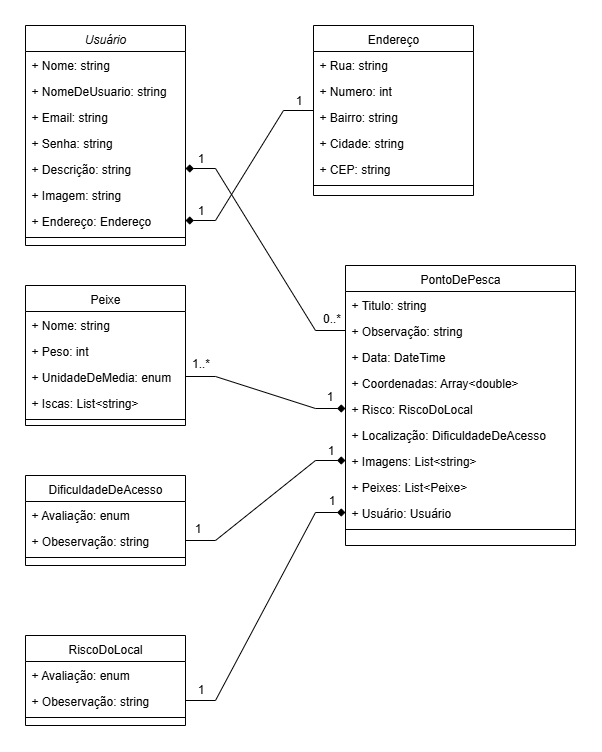
Above: src/dados/figuras/diagrama-de-classe.png in gbramoura/fishspot-doc (draw.io), before the change. Source tidied: cells renumbered, new cells last; positions are measured from the earlier drawing's top-left corner, leaving out a move shared by most shapes. Its diagram source:
```xml
<mxGraphModel>
  <root>
    <mxCell id="0" />
    <mxCell id="1" parent="0" />
    <mxCell id="2" value="Usuário" style="swimlane;fontStyle=2;align=center;verticalAlign=top;horizontal=1;startSize=26;rounded=0;shadow=0;strokeWidth=1;" parent="1" vertex="1">
      <mxGeometry width="160" height="220" as="geometry" />
    </mxCell>
    <mxCell id="3" value="+ Nome: string" style="text;align=left;verticalAlign=top;spacingLeft=4;spacingRight=4;overflow=hidden;rounded=0;shadow=0;html=0;" parent="2" vertex="1">
      <mxGeometry y="26" width="160" height="26" as="geometry" />
    </mxCell>
    <mxCell id="4" value="+ NomeDeUsuario: string" style="text;align=left;verticalAlign=top;spacingLeft=4;spacingRight=4;overflow=hidden;rounded=0;shadow=0;html=0;" parent="2" vertex="1">
      <mxGeometry y="52" width="160" height="26" as="geometry" />
    </mxCell>
    <mxCell id="5" value="+ Email: string" style="text;align=left;verticalAlign=top;spacingLeft=4;spacingRight=4;overflow=hidden;rounded=0;shadow=0;html=0;" parent="2" vertex="1">
      <mxGeometry y="78" width="160" height="26" as="geometry" />
    </mxCell>
    <mxCell id="6" value="+ Senha: string" style="text;align=left;verticalAlign=top;spacingLeft=4;spacingRight=4;overflow=hidden;rounded=0;shadow=0;html=0;" parent="2" vertex="1">
      <mxGeometry y="104" width="160" height="26" as="geometry" />
    </mxCell>
    <mxCell id="7" value="+ Descrição: string" style="text;align=left;verticalAlign=top;spacingLeft=4;spacingRight=4;overflow=hidden;points=[[0,0.5],[1,0.5]];portConstraint=eastwest;rounded=0;shadow=0;html=0;" parent="2" vertex="1">
      <mxGeometry y="130" width="160" height="26" as="geometry" />
    </mxCell>
    <mxCell id="8" value="+ Imagem: string" style="text;align=left;verticalAlign=top;spacingLeft=4;spacingRight=4;overflow=hidden;rounded=0;shadow=0;html=0;" parent="2" vertex="1">
      <mxGeometry y="156" width="160" height="26" as="geometry" />
    </mxCell>
    <mxCell id="9" value="+ Endereço: Endereço" style="text;align=left;verticalAlign=top;spacingLeft=4;spacingRight=4;overflow=hidden;points=[[0,0.5],[1,0.5]];portConstraint=eastwest;rounded=0;shadow=0;html=0;" parent="2" vertex="1">
      <mxGeometry y="182" width="160" height="26" as="geometry" />
    </mxCell>
    <mxCell id="10" style="line;html=1;strokeWidth=1;align=left;verticalAlign=middle;spacingTop=-1;spacingLeft=3;spacingRight=3;labelPosition=right;" parent="2" vertex="1">
      <mxGeometry y="208" width="160" height="8" as="geometry" />
    </mxCell>
    <mxCell id="11" value="Endereço" style="swimlane;fontStyle=0;align=center;verticalAlign=top;horizontal=1;startSize=26;rounded=0;shadow=0;strokeWidth=1;" parent="1" vertex="1">
      <mxGeometry x="288" width="160" height="170" as="geometry" />
    </mxCell>
    <mxCell id="12" value="+ Rua: string" style="text;align=left;verticalAlign=top;spacingLeft=4;spacingRight=4;overflow=hidden;" parent="11" vertex="1">
      <mxGeometry y="26" width="160" height="26" as="geometry" />
    </mxCell>
    <mxCell id="13" value="+ Numero: int" style="text;align=left;verticalAlign=top;spacingLeft=4;spacingRight=4;overflow=hidden;rounded=0;shadow=0;html=0;" parent="11" vertex="1">
      <mxGeometry y="52" width="160" height="26" as="geometry" />
    </mxCell>
    <mxCell id="14" value="+ Bairro: string" style="text;align=left;verticalAlign=top;spacingLeft=4;spacingRight=4;overflow=hidden;rounded=0;shadow=0;html=0;" parent="11" vertex="1">
      <mxGeometry y="78" width="160" height="26" as="geometry" />
    </mxCell>
    <mxCell id="15" value="+ Cidade: string" style="text;align=left;verticalAlign=top;spacingLeft=4;spacingRight=4;overflow=hidden;rounded=0;shadow=0;html=0;" parent="11" vertex="1">
      <mxGeometry y="104" width="160" height="26" as="geometry" />
    </mxCell>
    <mxCell id="16" value="+ CEP: string" style="text;align=left;verticalAlign=top;spacingLeft=4;spacingRight=4;overflow=hidden;rounded=0;shadow=0;html=0;" parent="11" vertex="1">
      <mxGeometry y="130" width="160" height="26" as="geometry" />
    </mxCell>
    <mxCell id="17" style="line;html=1;strokeWidth=1;align=left;verticalAlign=middle;spacingTop=-1;spacingLeft=3;spacingRight=3;labelPosition=right;" parent="11" vertex="1">
      <mxGeometry y="156" width="160" height="8" as="geometry" />
    </mxCell>
    <mxCell id="18" style="edgeStyle=entityRelationEdgeStyle;rounded=0;jettySize=auto;html=1;endArrow=none;startFill=1;startArrow=diamond;" parent="1" edge="1" source="9" target="11">
      <mxGeometry relative="1" as="geometry" />
    </mxCell>
    <mxCell id="19" value="1" style="text;html=1;align=center;verticalAlign=middle;strokeColor=none;fillColor=none;" parent="1" vertex="1">
      <mxGeometry x="160" y="170" width="30" height="30" as="geometry" />
    </mxCell>
    <mxCell id="20" value="1" style="text;html=1;align=center;verticalAlign=middle;strokeColor=none;fillColor=none;" parent="1" vertex="1">
      <mxGeometry x="258" y="60" width="30" height="30" as="geometry" />
    </mxCell>
    <mxCell id="21" value="PontoDePesca" style="swimlane;fontStyle=0;align=center;verticalAlign=top;horizontal=1;startSize=26;rounded=0;shadow=0;strokeWidth=1;" parent="1" vertex="1">
      <mxGeometry x="320" y="240" width="230" height="280" as="geometry" />
    </mxCell>
    <mxCell id="22" value="+ Titulo: string" style="text;align=left;verticalAlign=top;spacingLeft=4;spacingRight=4;overflow=hidden;" parent="21" vertex="1">
      <mxGeometry y="26" width="230" height="26" as="geometry" />
    </mxCell>
    <mxCell id="23" value="+ Observação: string" style="text;align=left;verticalAlign=top;spacingLeft=4;spacingRight=4;overflow=hidden;points=[[0,0.5],[1,0.5]];portConstraint=eastwest;rounded=0;shadow=0;html=0;" parent="21" vertex="1">
      <mxGeometry y="52" width="230" height="26" as="geometry" />
    </mxCell>
    <mxCell id="24" value="+ Data: DateTime" style="text;align=left;verticalAlign=top;spacingLeft=4;spacingRight=4;overflow=hidden;rounded=0;shadow=0;html=0;" parent="21" vertex="1">
      <mxGeometry y="78" width="230" height="26" as="geometry" />
    </mxCell>
    <mxCell id="25" value="+ Coordenadas: Array&lt;double&gt;" style="text;align=left;verticalAlign=top;spacingLeft=4;spacingRight=4;overflow=hidden;rounded=0;shadow=0;html=0;" parent="21" vertex="1">
      <mxGeometry y="104" width="230" height="26" as="geometry" />
    </mxCell>
    <mxCell id="26" value="+ Risco: RiscoDoLocal" style="text;align=left;verticalAlign=top;spacingLeft=4;spacingRight=4;overflow=hidden;points=[[0,0.5],[1,0.5]];portConstraint=eastwest;rounded=0;shadow=0;html=0;" parent="21" vertex="1">
      <mxGeometry y="130" width="230" height="26" as="geometry" />
    </mxCell>
    <mxCell id="27" value="+ Localização: DificuldadeDeAcesso  " style="text;align=left;verticalAlign=top;spacingLeft=4;spacingRight=4;overflow=hidden;rounded=0;shadow=0;html=0;" parent="21" vertex="1">
      <mxGeometry y="156" width="230" height="26" as="geometry" />
    </mxCell>
    <mxCell id="28" value="+ Imagens: List&lt;string&gt;" style="text;align=left;verticalAlign=top;spacingLeft=4;spacingRight=4;overflow=hidden;points=[[0,0.5],[1,0.5]];portConstraint=eastwest;rounded=0;shadow=0;html=0;" parent="21" vertex="1">
      <mxGeometry y="182" width="230" height="26" as="geometry" />
    </mxCell>
    <mxCell id="29" value="+ Peixes: List&lt;Peixe&gt;" style="text;align=left;verticalAlign=top;spacingLeft=4;spacingRight=4;overflow=hidden;rounded=0;shadow=0;html=0;" parent="21" vertex="1">
      <mxGeometry y="208" width="230" height="26" as="geometry" />
    </mxCell>
    <mxCell id="30" value="+ Usuário: Usuário&#10;" style="text;align=left;verticalAlign=top;spacingLeft=4;spacingRight=4;overflow=hidden;points=[[0,0.5],[1,0.5]];portConstraint=eastwest;rounded=0;shadow=0;html=0;" parent="21" vertex="1">
      <mxGeometry y="234" width="230" height="26" as="geometry" />
    </mxCell>
    <mxCell id="31" style="line;html=1;strokeWidth=1;align=left;verticalAlign=middle;spacingTop=-1;spacingLeft=3;spacingRight=3;labelPosition=right;" parent="21" vertex="1">
      <mxGeometry y="260" width="230" height="8" as="geometry" />
    </mxCell>
    <mxCell id="32" style="edgeStyle=entityRelationEdgeStyle;rounded=0;jettySize=auto;html=1;endArrow=diamond;startFill=0;startArrow=none;endFill=1;exitX=0;exitY=0.5;exitDx=0;exitDy=0;" parent="1" edge="1" source="23" target="7">
      <mxGeometry relative="1" as="geometry" />
    </mxCell>
    <mxCell id="33" value="1" style="text;html=1;align=center;verticalAlign=middle;strokeColor=none;fillColor=none;" parent="1" vertex="1">
      <mxGeometry x="160" y="118" width="30" height="30" as="geometry" />
    </mxCell>
    <mxCell id="34" value="0..*" style="text;html=1;align=center;verticalAlign=middle;strokeColor=none;fillColor=none;" parent="1" vertex="1">
      <mxGeometry x="286" y="278" width="40" height="30" as="geometry" />
    </mxCell>
    <mxCell id="35" value="Peixe" style="swimlane;fontStyle=0;align=center;verticalAlign=top;horizontal=1;startSize=26;rounded=0;shadow=0;strokeWidth=1;" parent="1" vertex="1">
      <mxGeometry y="260" width="160" height="140" as="geometry" />
    </mxCell>
    <mxCell id="36" value="+ Nome: string" style="text;align=left;verticalAlign=top;spacingLeft=4;spacingRight=4;overflow=hidden;" parent="35" vertex="1">
      <mxGeometry y="26" width="160" height="26" as="geometry" />
    </mxCell>
    <mxCell id="37" value="+ Peso: int" style="text;align=left;verticalAlign=top;spacingLeft=4;spacingRight=4;overflow=hidden;rounded=0;shadow=0;html=0;" parent="35" vertex="1">
      <mxGeometry y="52" width="160" height="26" as="geometry" />
    </mxCell>
    <mxCell id="38" value="+ UnidadeDeMedia: enum" style="text;align=left;verticalAlign=top;spacingLeft=4;spacingRight=4;overflow=hidden;points=[[0,0.5],[1,0.5]];portConstraint=eastwest;rounded=0;shadow=0;html=0;" parent="35" vertex="1">
      <mxGeometry y="78" width="160" height="26" as="geometry" />
    </mxCell>
    <mxCell id="39" value="+ Iscas: List&lt;string&gt;" style="text;align=left;verticalAlign=top;spacingLeft=4;spacingRight=4;overflow=hidden;rounded=0;shadow=0;html=0;" parent="35" vertex="1">
      <mxGeometry y="104" width="160" height="26" as="geometry" />
    </mxCell>
    <mxCell id="40" style="line;html=1;strokeWidth=1;align=left;verticalAlign=middle;spacingTop=-1;spacingLeft=3;spacingRight=3;labelPosition=right;" parent="35" vertex="1">
      <mxGeometry y="130" width="160" height="8" as="geometry" />
    </mxCell>
    <mxCell id="41" style="edgeStyle=entityRelationEdgeStyle;rounded=0;jettySize=auto;html=1;startArrow=diamond;startFill=1;endArrow=none;" parent="1" edge="1" source="26" target="38">
      <mxGeometry relative="1" as="geometry" />
    </mxCell>
    <mxCell id="42" value="1" style="text;html=1;align=center;verticalAlign=middle;strokeColor=none;fillColor=none;" parent="1" vertex="1">
      <mxGeometry x="289" y="356" width="30" height="30" as="geometry" />
    </mxCell>
    <mxCell id="43" value="1..*" style="text;html=1;align=center;verticalAlign=middle;strokeColor=none;fillColor=none;" parent="1" vertex="1">
      <mxGeometry x="155" y="323" width="40" height="30" as="geometry" />
    </mxCell>
    <mxCell id="44" value="DificuldadeDeAcesso" style="swimlane;fontStyle=0;align=center;verticalAlign=top;horizontal=1;startSize=26;rounded=0;shadow=0;strokeWidth=1;" parent="1" vertex="1">
      <mxGeometry y="450" width="160" height="90" as="geometry" />
    </mxCell>
    <mxCell id="45" value="+ Avaliação: enum" style="text;align=left;verticalAlign=top;spacingLeft=4;spacingRight=4;overflow=hidden;" parent="44" vertex="1">
      <mxGeometry y="26" width="160" height="26" as="geometry" />
    </mxCell>
    <mxCell id="46" value="+ Obeservação: string" style="text;align=left;verticalAlign=top;spacingLeft=4;spacingRight=4;overflow=hidden;points=[[0,0.5],[1,0.5]];portConstraint=eastwest;rounded=0;shadow=0;html=0;" parent="44" vertex="1">
      <mxGeometry y="52" width="160" height="26" as="geometry" />
    </mxCell>
    <mxCell id="47" style="line;html=1;strokeWidth=1;align=left;verticalAlign=middle;spacingTop=-1;spacingLeft=3;spacingRight=3;labelPosition=right;" parent="44" vertex="1">
      <mxGeometry y="78" width="160" height="8" as="geometry" />
    </mxCell>
    <mxCell id="48" value="RiscoDoLocal&#10;" style="swimlane;fontStyle=0;align=center;verticalAlign=top;horizontal=1;startSize=26;rounded=0;shadow=0;strokeWidth=1;" parent="1" vertex="1">
      <mxGeometry y="610" width="160" height="90" as="geometry" />
    </mxCell>
    <mxCell id="49" value="+ Avaliação: enum" style="text;align=left;verticalAlign=top;spacingLeft=4;spacingRight=4;overflow=hidden;" parent="48" vertex="1">
      <mxGeometry y="26" width="160" height="26" as="geometry" />
    </mxCell>
    <mxCell id="50" value="+ Obeservação: string&#10;" style="text;align=left;verticalAlign=top;spacingLeft=4;spacingRight=4;overflow=hidden;points=[[0,0.5],[1,0.5]];portConstraint=eastwest;rounded=0;shadow=0;html=0;" parent="48" vertex="1">
      <mxGeometry y="52" width="160" height="26" as="geometry" />
    </mxCell>
    <mxCell id="51" style="line;html=1;strokeWidth=1;align=left;verticalAlign=middle;spacingTop=-1;spacingLeft=3;spacingRight=3;labelPosition=right;" parent="48" vertex="1">
      <mxGeometry y="78" width="160" height="8" as="geometry" />
    </mxCell>
    <mxCell id="52" style="edgeStyle=entityRelationEdgeStyle;rounded=0;jettySize=auto;html=1;exitX=0;exitY=0.5;exitDx=0;exitDy=0;entryX=1;entryY=0.5;entryDx=0;entryDy=0;startArrow=diamond;startFill=1;endArrow=none;" parent="1" edge="1" source="30" target="50">
      <mxGeometry relative="1" as="geometry" />
    </mxCell>
    <mxCell id="53" style="edgeStyle=entityRelationEdgeStyle;rounded=0;jettySize=auto;html=1;exitX=0;exitY=0.5;exitDx=0;exitDy=0;entryX=1;entryY=0.5;entryDx=0;entryDy=0;startArrow=diamond;startFill=1;endArrow=none;" parent="1" edge="1" source="28" target="46">
      <mxGeometry relative="1" as="geometry" />
    </mxCell>
    <mxCell id="54" value="1" style="text;html=1;align=center;verticalAlign=middle;strokeColor=none;fillColor=none;" parent="1" vertex="1">
      <mxGeometry x="290" y="410" width="30" height="30" as="geometry" />
    </mxCell>
    <mxCell id="55" value="1" style="text;html=1;align=center;verticalAlign=middle;strokeColor=none;fillColor=none;" parent="1" vertex="1">
      <mxGeometry x="157" y="488" width="30" height="30" as="geometry" />
    </mxCell>
    <mxCell id="56" value="1" style="text;html=1;align=center;verticalAlign=middle;strokeColor=none;fillColor=none;" parent="1" vertex="1">
      <mxGeometry x="291" y="460" width="30" height="30" as="geometry" />
    </mxCell>
    <mxCell id="57" value="1" style="text;html=1;align=center;verticalAlign=middle;strokeColor=none;fillColor=none;" parent="1" vertex="1">
      <mxGeometry x="160" y="649" width="30" height="30" as="geometry" />
    </mxCell>
  </root>
</mxGraphModel>
```
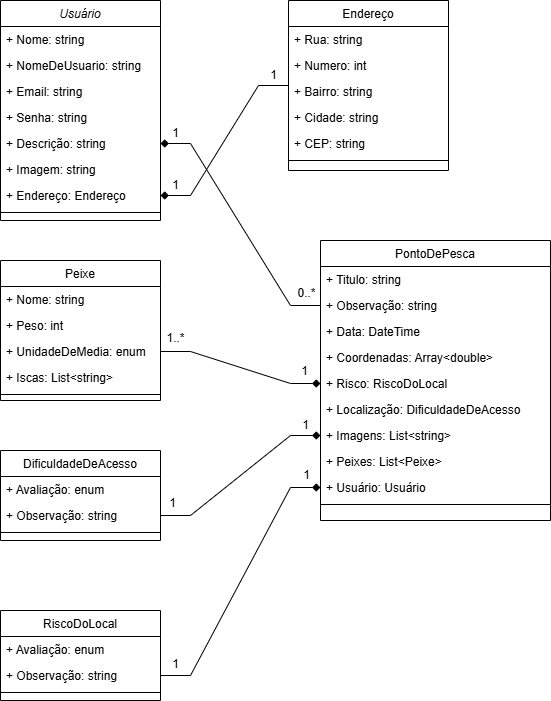
After the change.

What changed in the source:
```diff
@@ -1,4 +1,4 @@
-<mxGraphModel>
+<mxGraphModel background="#FFFFFF">
   <root>
     <mxCell id="0" />
     <mxCell id="1" parent="0" />
@@ -134,7 +134,7 @@
     <mxCell id="45" value="+ Avaliação: enum" style="text;align=left;verticalAlign=top;spacingLeft=4;spacingRight=4;overflow=hidden;" parent="44" vertex="1">
       <mxGeometry y="26" width="160" height="26" as="geometry" />
     </mxCell>
-    <mxCell id="46" value="+ Obeservação: string" style="text;align=left;verticalAlign=top;spacingLeft=4;spacingRight=4;overflow=hidden;points=[[0,0.5],[1,0.5]];portConstraint=eastwest;rounded=0;shadow=0;html=0;" parent="44" vertex="1">
+    <mxCell id="46" value="+ Observação: string" style="text;align=left;verticalAlign=top;spacingLeft=4;spacingRight=4;overflow=hidden;points=[[0,0.5],[1,0.5]];portConstraint=eastwest;rounded=0;shadow=0;html=0;" parent="44" vertex="1">
       <mxGeometry y="52" width="160" height="26" as="geometry" />
     </mxCell>
     <mxCell id="47" style="line;html=1;strokeWidth=1;align=left;verticalAlign=middle;spacingTop=-1;spacingLeft=3;spacingRight=3;labelPosition=right;" parent="44" vertex="1">
@@ -146,7 +146,7 @@
     <mxCell id="49" value="+ Avaliação: enum" style="text;align=left;verticalAlign=top;spacingLeft=4;spacingRight=4;overflow=hidden;" parent="48" vertex="1">
       <mxGeometry y="26" width="160" height="26" as="geometry" />
     </mxCell>
-    <mxCell id="50" value="+ Obeservação: string&#10;" style="text;align=left;verticalAlign=top;spacingLeft=4;spacingRight=4;overflow=hidden;points=[[0,0.5],[1,0.5]];portConstraint=eastwest;rounded=0;shadow=0;html=0;" parent="48" vertex="1">
+    <mxCell id="50" value="+ Observação: string&#10;" style="text;align=left;verticalAlign=top;spacingLeft=4;spacingRight=4;overflow=hidden;points=[[0,0.5],[1,0.5]];portConstraint=eastwest;rounded=0;shadow=0;html=0;" parent="48" vertex="1">
       <mxGeometry y="52" width="160" height="26" as="geometry" />
     </mxCell>
     <mxCell id="51" style="line;html=1;strokeWidth=1;align=left;verticalAlign=middle;spacingTop=-1;spacingLeft=3;spacingRight=3;labelPosition=right;" parent="48" vertex="1">
```
